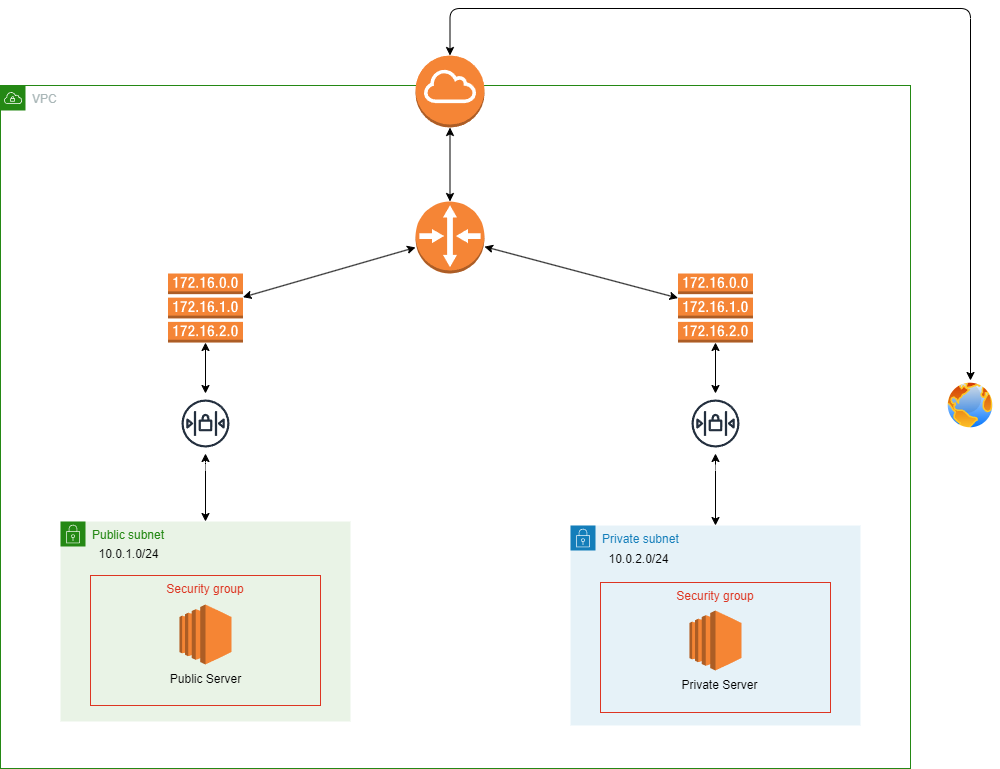
Above: aws-vpc-nacl-lab.png in williambarstad/AWS-VPC-NACL-Lab (draw.io), before the change. Source tidied: cells renumbered, new cells last; positions are measured from the earlier drawing's top-left corner, leaving out a move shared by most shapes.
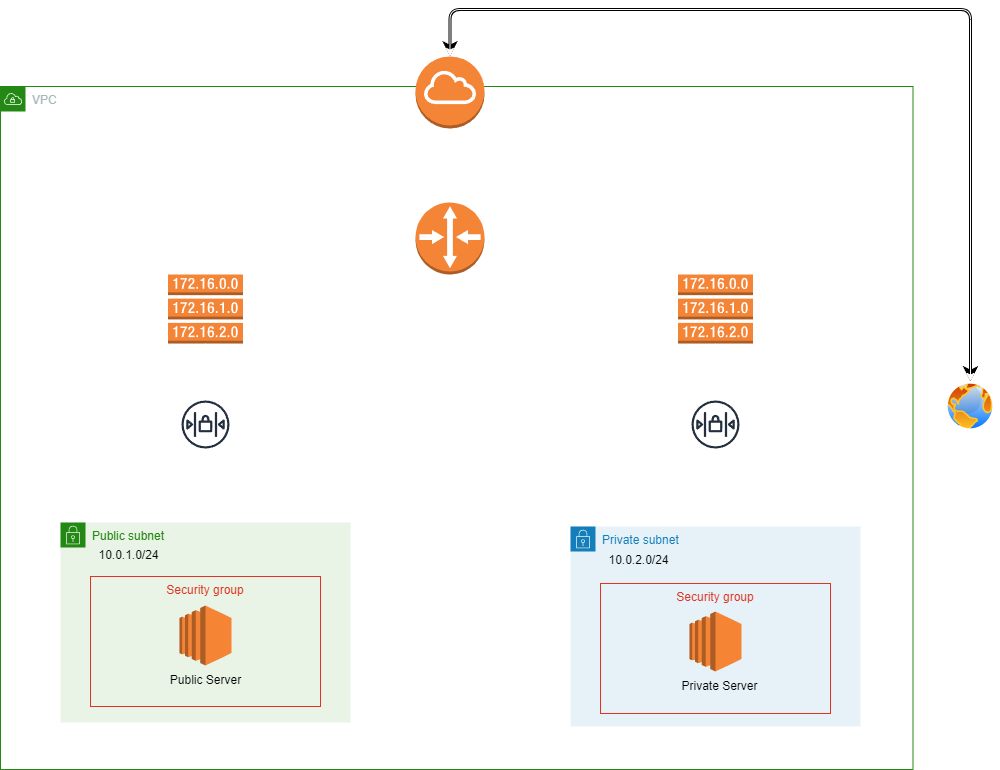
After the commit.

The edit, as a diff of the source:
```diff
@@ -3,9 +3,9 @@
     <mxCell id="0" />
     <mxCell id="1" parent="0" />
     <mxCell id="2" value="VPC" style="gradientColor=none;html=1;whiteSpace=wrap;fontSize=12;fontStyle=0;shape=mxgraph.aws4.group;grIcon=mxgraph.aws4.group_vpc;strokeColor=#248814;fillColor=none;verticalAlign=top;align=left;spacingLeft=30;fontColor=#AAB7B8;dashed=0;" parent="1" vertex="1">
-      <mxGeometry y="77" width="910" height="683" as="geometry" />
+      <mxGeometry y="77" width="912.5" height="683" as="geometry" />
     </mxCell>
-    <mxCell id="3" style="edgeStyle=none;html=1;fontColor=#FFFFFF;startArrow=classic;startFill=1;exitX=0.5;exitY=0;exitDx=0;exitDy=0;" parent="2" edge="1" source="10" target="20">
+    <mxCell id="3" style="edgeStyle=none;html=1;fontColor=#FFFFFF;startArrow=classic;startFill=1;exitX=0.5;exitY=0;exitDx=0;exitDy=0;strokeWidth=3;strokeColor=#FFFFFF;" parent="2" edge="1" source="10" target="20">
       <mxGeometry relative="1" as="geometry" />
     </mxCell>
     <mxCell id="4" value="Private subnet" style="points=[[0,0],[0.25,0],[0.5,0],[0.75,0],[1,0],[1,0.25],[1,0.5],[1,0.75],[1,1],[0.75,1],[0.5,1],[0.25,1],[0,1],[0,0.75],[0,0.5],[0,0.25]];outlineConnect=0;gradientColor=none;html=1;whiteSpace=wrap;fontSize=12;fontStyle=0;shape=mxgraph.aws4.group;grIcon=mxgraph.aws4.group_security_group;grStroke=0;strokeColor=#147EBA;fillColor=#E6F2F8;verticalAlign=top;align=left;spacingLeft=30;fontColor=#147EBA;dashed=0;" parent="2" vertex="1">
@@ -23,7 +23,7 @@
     <mxCell id="8" value="&lt;font color=&quot;#000000&quot;&gt;Private Server&lt;/font&gt;" style="text;html=1;align=center;verticalAlign=middle;strokeColor=none;fillColor=none;fontColor=#FFFFFF;" parent="4" vertex="1">
       <mxGeometry x="99" y="145" width="100" height="30" as="geometry" />
     </mxCell>
-    <mxCell id="9" style="edgeStyle=none;html=1;fontColor=#FFFFFF;startArrow=classic;startFill=1;exitX=0.5;exitY=0;exitDx=0;exitDy=0;" parent="2" edge="1" source="4" target="22">
+    <mxCell id="9" style="edgeStyle=none;html=1;fontColor=#FFFFFF;startArrow=classic;startFill=1;exitX=0.5;exitY=0;exitDx=0;exitDy=0;strokeWidth=3;strokeColor=#FFFFFF;" parent="2" edge="1" source="4" target="22">
       <mxGeometry relative="1" as="geometry" />
     </mxCell>
     <mxCell id="10" value="Public subnet" style="points=[[0,0],[0.25,0],[0.5,0],[0.75,0],[1,0],[1,0.25],[1,0.5],[1,0.75],[1,1],[0.75,1],[0.5,1],[0.25,1],[0,1],[0,0.75],[0,0.5],[0,0.25]];outlineConnect=0;gradientColor=none;html=1;whiteSpace=wrap;fontSize=12;fontStyle=0;shape=mxgraph.aws4.group;grIcon=mxgraph.aws4.group_security_group;grStroke=0;strokeColor=#248814;fillColor=#E9F3E6;verticalAlign=top;align=left;spacingLeft=30;fontColor=#248814;dashed=0;" parent="2" vertex="1">
@@ -41,38 +41,38 @@
     <mxCell id="14" value="&lt;font color=&quot;#000000&quot;&gt;Public Server&lt;/font&gt;" style="text;html=1;align=center;verticalAlign=middle;strokeColor=none;fillColor=none;fontColor=#FFFFFF;" parent="10" vertex="1">
       <mxGeometry x="100" y="143" width="90" height="30" as="geometry" />
     </mxCell>
-    <mxCell id="15" style="edgeStyle=none;html=1;fontColor=#FFFFFF;startArrow=classic;startFill=1;" parent="2" edge="1" source="16" target="24">
+    <mxCell id="15" style="edgeStyle=none;html=1;fontColor=#FFFFFF;startArrow=classic;startFill=1;strokeWidth=3;strokeColor=#FFFFFF;" parent="2" edge="1" source="16" target="24">
       <mxGeometry relative="1" as="geometry" />
     </mxCell>
     <mxCell id="16" style="outlineConnect=0;dashed=0;verticalLabelPosition=bottom;verticalAlign=top;align=center;html=1;shape=mxgraph.aws3.route_table;fillColor=#F58536;gradientColor=none;fontColor=#FFFFFF;" parent="2" vertex="1">
       <mxGeometry x="167.5" y="188" width="75" height="69" as="geometry" />
     </mxCell>
-    <mxCell id="17" style="edgeStyle=none;html=1;fontColor=#FFFFFF;startArrow=classic;startFill=1;" parent="2" edge="1" source="18" target="24">
+    <mxCell id="17" style="edgeStyle=none;html=1;fontColor=#FFFFFF;startArrow=classic;startFill=1;strokeWidth=3;strokeColor=#FFFFFF;" parent="2" edge="1" source="18" target="24">
       <mxGeometry relative="1" as="geometry" />
     </mxCell>
     <mxCell id="18" style="outlineConnect=0;dashed=0;verticalLabelPosition=bottom;verticalAlign=top;align=center;html=1;shape=mxgraph.aws3.route_table;fillColor=#F58536;gradientColor=none;fontColor=#FFFFFF;" parent="2" vertex="1">
       <mxGeometry x="677.5" y="188" width="75" height="69" as="geometry" />
     </mxCell>
-    <mxCell id="19" style="edgeStyle=none;html=1;fontColor=#FFFFFF;startArrow=classic;startFill=1;" parent="2" edge="1" source="20" target="16">
+    <mxCell id="19" style="edgeStyle=none;html=1;fontColor=#FFFFFF;startArrow=classic;startFill=1;strokeWidth=3;strokeColor=#FFFFFF;" parent="2" edge="1" source="20" target="16">
       <mxGeometry relative="1" as="geometry" />
     </mxCell>
-    <mxCell id="20" value="NACL (Public Subnet 1)" style="sketch=0;outlineConnect=0;fontColor=#FFFFFF;gradientColor=none;strokeColor=#232F3E;fillColor=#ffffff;dashed=0;verticalLabelPosition=bottom;verticalAlign=top;align=center;html=1;fontSize=12;fontStyle=0;shape=mxgraph.aws4.resourceIcon;resIcon=mxgraph.aws4.network_access_control_list;" parent="2" vertex="1">
+    <mxCell id="20" style="sketch=0;outlineConnect=0;fontColor=#FFFFFF;gradientColor=none;strokeColor=#232F3E;fillColor=#ffffff;dashed=0;verticalLabelPosition=bottom;verticalAlign=top;align=center;html=1;fontSize=12;fontStyle=0;shape=mxgraph.aws4.resourceIcon;resIcon=mxgraph.aws4.network_access_control_list;" parent="2" vertex="1">
       <mxGeometry x="175" y="308" width="60" height="60" as="geometry" />
     </mxCell>
-    <mxCell id="21" style="edgeStyle=none;html=1;fontColor=#FFFFFF;startArrow=classic;startFill=1;" parent="2" edge="1" source="22" target="18">
+    <mxCell id="21" style="edgeStyle=none;html=1;fontColor=#FFFFFF;startArrow=classic;startFill=1;strokeWidth=3;strokeColor=#FFFFFF;" parent="2" edge="1" source="22" target="18">
       <mxGeometry relative="1" as="geometry" />
     </mxCell>
-    <mxCell id="22" value="NACL (Private Subnet 2)" style="sketch=0;outlineConnect=0;fontColor=#FFFFFF;gradientColor=none;strokeColor=#232F3E;fillColor=#ffffff;dashed=0;verticalLabelPosition=bottom;verticalAlign=top;align=center;html=1;fontSize=12;fontStyle=0;shape=mxgraph.aws4.resourceIcon;resIcon=mxgraph.aws4.network_access_control_list;" parent="2" vertex="1">
+    <mxCell id="22" style="sketch=0;outlineConnect=0;fontColor=#FFFFFF;gradientColor=none;strokeColor=#232F3E;fillColor=#ffffff;dashed=0;verticalLabelPosition=bottom;verticalAlign=top;align=center;html=1;fontSize=12;fontStyle=0;shape=mxgraph.aws4.resourceIcon;resIcon=mxgraph.aws4.network_access_control_list;" parent="2" vertex="1">
       <mxGeometry x="685" y="308" width="60" height="60" as="geometry" />
     </mxCell>
-    <mxCell id="23" style="edgeStyle=none;html=1;entryX=0.5;entryY=1;entryDx=0;entryDy=0;entryPerimeter=0;fontColor=#FFFFFF;startArrow=classic;startFill=1;" parent="2" edge="1" source="24" target="27">
+    <mxCell id="23" style="edgeStyle=none;html=1;entryX=0.5;entryY=1;entryDx=0;entryDy=0;entryPerimeter=0;fontColor=#FFFFFF;startArrow=classic;startFill=1;strokeWidth=3;strokeColor=#FFFFFF;" parent="2" edge="1" source="24" target="27">
       <mxGeometry relative="1" as="geometry" />
     </mxCell>
     <mxCell id="24" style="outlineConnect=0;dashed=0;verticalLabelPosition=bottom;verticalAlign=top;align=center;html=1;shape=mxgraph.aws3.router;fillColor=#F58536;gradientColor=none;fontColor=#FFFFFF;" parent="2" vertex="1">
       <mxGeometry x="415" y="116" width="69" height="72" as="geometry" />
     </mxCell>
     <mxCell id="25" value="Private Route Table" style="text;html=1;align=center;verticalAlign=middle;strokeColor=none;fillColor=none;fontColor=#FFFFFF;" parent="2" vertex="1">
-      <mxGeometry x="752.5" y="207.5" width="130" height="30" as="geometry" />
+      <mxGeometry x="540" y="227" width="130" height="30" as="geometry" />
     </mxCell>
     <mxCell id="26" style="group;" parent="2" vertex="1">
       <mxGeometry x="415" y="-30" width="179" height="74" as="geometry" />
@@ -83,13 +83,29 @@
     <mxCell id="28" value="Internet Gateway" style="text;html=1;align=left;verticalAlign=middle;strokeColor=none;fillColor=none;fontColor=#FFFFFF;" parent="26" vertex="1">
       <mxGeometry x="69" y="44" width="110" height="30" as="geometry" />
     </mxCell>
+    <mxCell id="36" style="edgeStyle=orthogonalEdgeStyle;html=1;fontColor=#000000;startArrow=classic;startFill=1;exitX=0.5;exitY=0;exitDx=0;exitDy=0;exitPerimeter=0;strokeWidth=3;" parent="2" edge="1">
+      <mxGeometry relative="1" as="geometry">
+        <mxPoint x="449.5" y="-30" as="sourcePoint" />
+        <mxPoint x="970" y="295" as="targetPoint" />
+        <Array as="points">
+          <mxPoint x="450" y="-77" />
+          <mxPoint x="970" y="-77" />
+        </Array>
+      </mxGeometry>
+    </mxCell>
+    <mxCell id="37" value="NACL (Public Subnet 1)" style="text;html=1;align=left;verticalAlign=middle;strokeColor=none;fillColor=none;fontColor=#FFFFFF;" parent="2" vertex="1">
+      <mxGeometry x="242.5" y="326.5" width="150" height="30" as="geometry" />
+    </mxCell>
+    <mxCell id="38" value="NACL (Private Subnet 2)" style="text;html=1;align=left;verticalAlign=middle;strokeColor=none;fillColor=none;fontColor=#FFFFFF;" parent="2" vertex="1">
+      <mxGeometry x="540" y="326.5" width="160" height="30" as="geometry" />
+    </mxCell>
+    <mxCell id="30" value="Public Route Table" style="text;html=1;align=center;verticalAlign=middle;strokeColor=none;fillColor=none;fontColor=#FFFFFF;" parent="2" vertex="1">
+      <mxGeometry x="250" y="227" width="120" height="30" as="geometry" />
+    </mxCell>
     <mxCell id="29" value="Router" style="text;html=1;align=center;verticalAlign=middle;strokeColor=none;fillColor=none;fontColor=#FFFFFF;" parent="1" vertex="1">
       <mxGeometry x="420" y="265" width="60" height="30" as="geometry" />
     </mxCell>
-    <mxCell id="30" value="Public Route Table" style="text;html=1;align=center;verticalAlign=middle;strokeColor=none;fillColor=none;fontColor=#FFFFFF;" parent="1" vertex="1">
-      <mxGeometry x="40" y="282" width="120" height="30" as="geometry" />
-    </mxCell>
-    <mxCell id="31" style="edgeStyle=orthogonalEdgeStyle;html=1;fontColor=#000000;startArrow=classic;startFill=1;exitX=0.5;exitY=0;exitDx=0;exitDy=0;exitPerimeter=0;" parent="1" edge="1" source="27" target="33">
+    <mxCell id="31" style="edgeStyle=orthogonalEdgeStyle;html=1;fontColor=#000000;startArrow=classic;startFill=1;exitX=0.5;exitY=0;exitDx=0;exitDy=0;exitPerimeter=0;strokeColor=#FFFFFF;" parent="1" edge="1" source="27" target="33">
       <mxGeometry relative="1" as="geometry">
         <Array as="points">
           <mxPoint x="450" />
```
